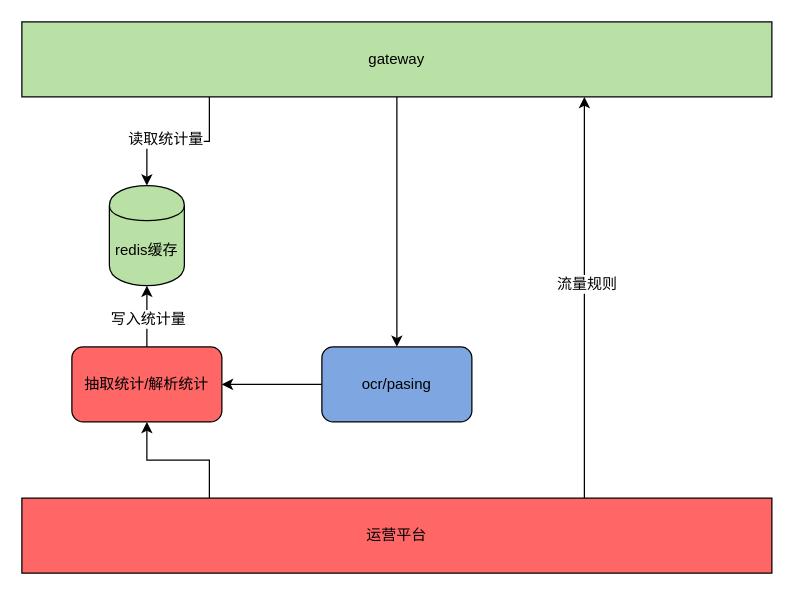
sunhj000/draw keeps this draw.io diagram as gateway流量控制(页数部分).drawio. Above is the earlier version. Source tidied: cells renumbered, new cells numbered last; positions are measured from the earlier drawing's top-left corner, leaving out a move shared by most shapes. Both pictures are drawn from the tidied source at 125%, with x=0, y=0 at pixel (21, 21).
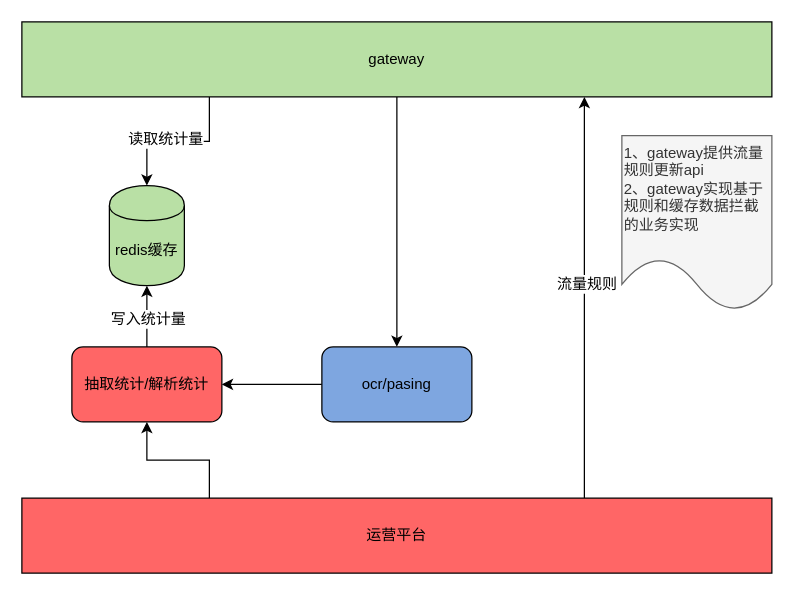
The same page after the edit.

Commit message (it also covers changes not shown here):
Update gateway流量控制(页数部分).drawio

Diff of the diagram source:
```diff
@@
 <mxGraphModel>
   <root>
     <mxCell id="0" />
     <mxCell id="1" parent="0" />
+    <mxCell id="16" value="1、gateway提供流量规则更新api&lt;br&gt;2、gateway实现基于规则和缓存数据拦截的业务实现" style="shape=document;whiteSpace=wrap;html=1;boundedLbl=1;fillColor=#f5f5f5;strokeColor=#666666;fontColor=#333333;shadow=0;flipV=0;flipH=1;verticalAlign=top;textDirection=ltr;labelPosition=center;verticalLabelPosition=middle;align=left;fontFamily=Helvetica;horizontal=1;" parent="1" vertex="1">
+      <mxGeometry x="480" y="91" width="120" height="140" as="geometry" />
+    </mxCell>
     <mxCell id="2" style="edgeStyle=orthogonalEdgeStyle;rounded=0;jettySize=auto;html=1;entryX=0.5;entryY=0;entryDx=0;entryDy=0;" parent="1" edge="1" source="5" target="7">
       <mxGeometry relative="1" as="geometry" />
     </mxCell>
     <mxCell id="3" style="edgeStyle=orthogonalEdgeStyle;rounded=0;jettySize=auto;html=1;exitX=0.25;exitY=1;exitDx=0;exitDy=0;entryX=0.5;entryY=0;entryDx=0;entryDy=0;" parent="1" edge="1" source="5" target="11">
       <mxGeometry relative="1" as="geometry" />
     </mxCell>
     <mxCell id="4" value="读取统计量" style="text;html=1;align=center;verticalAlign=middle;labelBackgroundColor=#ffffff;" parent="3" vertex="1">
       <mxGeometry x="0.17" y="-2" relative="1" as="geometry" />
     </mxCell>
     <mxCell id="5" value="gateway" style="rounded=0;whiteSpace=wrap;html=1;fillColor=#B9E0A5;" parent="1" vertex="1">
       <mxGeometry width="600" height="60" as="geometry" />
     </mxCell>
     <mxCell id="6" style="edgeStyle=orthogonalEdgeStyle;rounded=0;jettySize=auto;html=1;" parent="1" edge="1" source="7" target="10">
       <mxGeometry relative="1" as="geometry" />
     </mxCell>
     <mxCell id="7" value="ocr/pasing" style="rounded=1;whiteSpace=wrap;html=1;fillColor=#7EA6E0;" parent="1" vertex="1">
       <mxGeometry x="240" y="260" width="120" height="60" as="geometry" />
     </mxCell>
     <mxCell id="8" style="edgeStyle=orthogonalEdgeStyle;rounded=0;jettySize=auto;html=1;" parent="1" edge="1" source="10" target="11">
       <mxGeometry relative="1" as="geometry" />
     </mxCell>
     <mxCell id="9" value="写入统计量" style="text;html=1;align=center;verticalAlign=middle;labelBackgroundColor=#ffffff;" parent="8" vertex="1">
       <mxGeometry x="-0.07" relative="1" as="geometry" />
     </mxCell>
     <mxCell id="10" value="抽取统计/解析统计" style="rounded=1;whiteSpace=wrap;html=1;fillColor=#FF6666;" parent="1" vertex="1">
       <mxGeometry x="40" y="260" width="120" height="60" as="geometry" />
     </mxCell>
     <mxCell id="11" value="redis缓存" style="shape=cylinder;whiteSpace=wrap;html=1;boundedLbl=1;backgroundOutline=1;fillColor=#B9E0A5;" parent="1" vertex="1">
       <mxGeometry x="70" y="131" width="60" height="80" as="geometry" />
     </mxCell>
     <mxCell id="12" style="edgeStyle=orthogonalEdgeStyle;rounded=0;jettySize=auto;html=1;exitX=0.25;exitY=0;exitDx=0;exitDy=0;entryX=0.5;entryY=1;entryDx=0;entryDy=0;" parent="1" edge="1" source="15" target="10">
       <mxGeometry relative="1" as="geometry" />
     </mxCell>
     <mxCell id="13" style="edgeStyle=orthogonalEdgeStyle;rounded=0;jettySize=auto;html=1;exitX=0.75;exitY=0;exitDx=0;exitDy=0;entryX=0.75;entryY=1;entryDx=0;entryDy=0;" parent="1" edge="1" source="15" target="5">
       <mxGeometry relative="1" as="geometry" />
     </mxCell>
     <mxCell id="14" value="流量规则" style="text;html=1;align=center;verticalAlign=middle;labelBackgroundColor=#ffffff;" parent="13" vertex="1">
       <mxGeometry x="0.07" y="-2" relative="1" as="geometry" />
     </mxCell>
     <mxCell id="15" value="运营平台" style="rounded=0;whiteSpace=wrap;html=1;fillColor=#FF6666;" parent="1" vertex="1">
       <mxGeometry y="381" width="600" height="60" as="geometry" />
     </mxCell>
   </root>
 </mxGraphModel>
```
